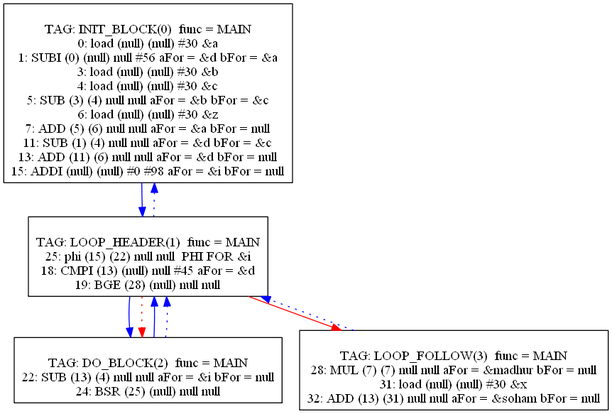
This is Compiler/graph.png from mbajaj92/Project-Astoria, a Graphviz export, as it was before one commit. Its source is kept beside it as Compiler/graph.dot.
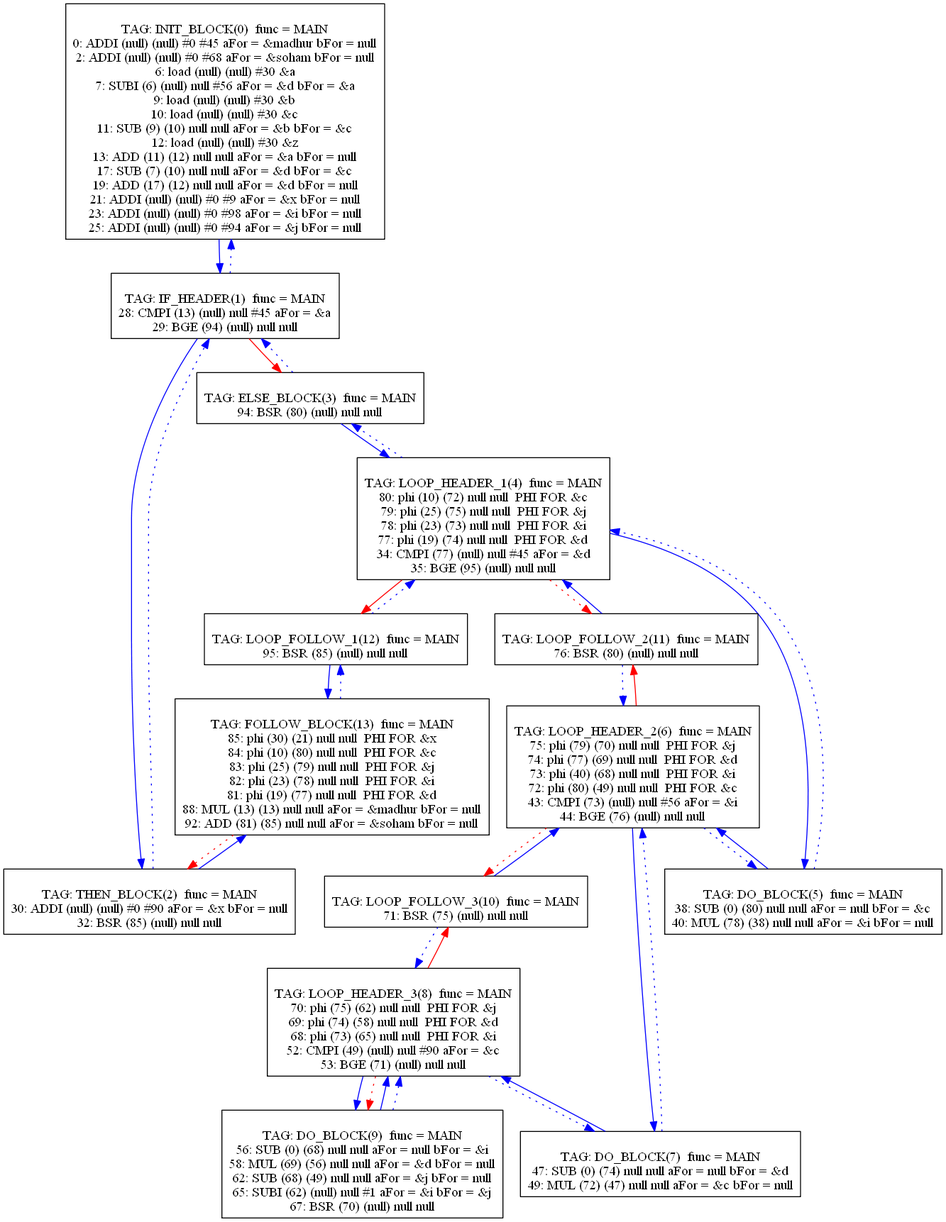
The same file after the commit.

What changed in the source:
```diff
@@ -1,44 +1,147 @@
 digraph {
 0[label="
 TAG: INIT_BLOCK(0)  func = MAIN
-0: load (null) (null) #30 &a
-1: SUBI (0) (null) null #56 aFor = &d bFor = &a
-3: load (null) (null) #30 &b
-4: load (null) (null) #30 &c
-5: SUB (3) (4) null null aFor = &b bFor = &c
-6: load (null) (null) #30 &z
-7: ADD (5) (6) null null aFor = &a bFor = null
-11: SUB (1) (4) null null aFor = &d bFor = &c
-13: ADD (11) (6) null null aFor = &d bFor = null
-15: ADDI (null) (null) #0 #98 aFor = &i bFor = null
+0: ADDI (null) (null) #0 #45 aFor = &madhur bFor = null
+2: ADDI (null) (null) #0 #68 aFor = &soham bFor = null
+6: load (null) (null) #30 &a
+7: SUBI (6) (null) null #56 aFor = &d bFor = &a
+9: load (null) (null) #30 &b
+10: load (null) (null) #30 &c
+11: SUB (9) (10) null null aFor = &b bFor = &c
+12: load (null) (null) #30 &z
+13: ADD (11) (12) null null aFor = &a bFor = null
+17: SUB (7) (10) null null aFor = &d bFor = &c
+19: ADD (17) (12) null null aFor = &d bFor = null
+21: ADDI (null) (null) #0 #9 aFor = &x bFor = null
+23: ADDI (null) (null) #0 #98 aFor = &i bFor = null
+25: ADDI (null) (null) #0 #94 aFor = &j bFor = null
 "];
 0[shape=box];
 0 -> 1[color=blue]
 1[label="
-TAG: LOOP_HEADER(1)  func = MAIN
-25: phi (15) (22) null null  PHI FOR &i
-18: CMPI (13) (null) null #45 aFor = &d
-19: BGE (28) (null) null null
+TAG: IF_HEADER(1)  func = MAIN
+28: CMPI (13) (null) null #45 aFor = &a
+29: BGE (94) (null) null null
 "];
 1[shape=box];
 1 -> 2[color=blue]
 1 -> 3[color=red]
 1 -> 0[color=blue][style=dotted]
-1 -> 2[color=red][style=dotted]
 2[label="
-TAG: DO_BLOCK(2)  func = MAIN
-22: SUB (13) (4) null null aFor = &i bFor = null
-24: BSR (25) (null) null null
+TAG: THEN_BLOCK(2)  func = MAIN
+30: ADDI (null) (null) #0 #90 aFor = &x bFor = null
+32: BSR (85) (null) null null
 "];
 2[shape=box];
-2 -> 1[color=blue]
+2 -> 13[color=blue]
 2 -> 1[color=blue][style=dotted]
 3[label="
-TAG: LOOP_FOLLOW(3)  func = MAIN
-28: MUL (7) (7) null null aFor = &madhur bFor = null
-31: load (null) (null) #30 &x
-32: ADD (13) (31) null null aFor = &soham bFor = null
+TAG: ELSE_BLOCK(3)  func = MAIN
+94: BSR (80) (null) null null
 "];
 3[shape=box];
+3 -> 4[color=blue]
 3 -> 1[color=blue][style=dotted]
+4[label="
+TAG: LOOP_HEADER_1(4)  func = MAIN
+80: phi (10) (72) null null  PHI FOR &c
+79: phi (25) (75) null null  PHI FOR &j
+78: phi (23) (73) null null  PHI FOR &i
+77: phi (19) (74) null null  PHI FOR &d
+34: CMPI (77) (null) null #45 aFor = &d
+35: BGE (95) (null) null null
+"];
+4[shape=box];
+4 -> 5[color=blue]
+4 -> 12[color=red]
+4 -> 3[color=blue][style=dotted]
+4 -> 11[color=red][style=dotted]
+5[label="
+TAG: DO_BLOCK(5)  func = MAIN
+38: SUB (0) (80) null null aFor = null bFor = &c
+40: MUL (78) (38) null null aFor = &i bFor = null
+"];
+5[shape=box];
+5 -> 6[color=blue]
+5 -> 4[color=blue][style=dotted]
+6[label="
+TAG: LOOP_HEADER_2(6)  func = MAIN
+75: phi (79) (70) null null  PHI FOR &j
+74: phi (77) (69) null null  PHI FOR &d
+73: phi (40) (68) null null  PHI FOR &i
+72: phi (80) (49) null null  PHI FOR &c
+43: CMPI (73) (null) null #56 aFor = &i
+44: BGE (76) (null) null null
+"];
+6[shape=box];
+6 -> 7[color=blue]
+6 -> 11[color=red]
+6 -> 5[color=blue][style=dotted]
+6 -> 10[color=red][style=dotted]
+7[label="
+TAG: DO_BLOCK(7)  func = MAIN
+47: SUB (0) (74) null null aFor = null bFor = &d
+49: MUL (72) (47) null null aFor = &c bFor = null
+"];
+7[shape=box];
+7 -> 8[color=blue]
+7 -> 6[color=blue][style=dotted]
+8[label="
+TAG: LOOP_HEADER_3(8)  func = MAIN
+70: phi (75) (62) null null  PHI FOR &j
+69: phi (74) (58) null null  PHI FOR &d
+68: phi (73) (65) null null  PHI FOR &i
+52: CMPI (49) (null) null #90 aFor = &c
+53: BGE (71) (null) null null
+"];
+8[shape=box];
+8 -> 9[color=blue]
+8 -> 10[color=red]
+8 -> 7[color=blue][style=dotted]
+8 -> 9[color=red][style=dotted]
+9[label="
+TAG: DO_BLOCK(9)  func = MAIN
+56: SUB (0) (68) null null aFor = null bFor = &i
+58: MUL (69) (56) null null aFor = &d bFor = null
+62: SUB (68) (49) null null aFor = &j bFor = null
+65: SUBI (62) (null) null #1 aFor = &i bFor = &j
+67: BSR (70) (null) null null
+"];
+9[shape=box];
+9 -> 8[color=blue]
+9 -> 8[color=blue][style=dotted]
+10[label="
+TAG: LOOP_FOLLOW_3(10)  func = MAIN
+71: BSR (75) (null) null null
+"];
+10[shape=box];
+10 -> 6[color=blue]
+10 -> 8[color=blue][style=dotted]
+11[label="
+TAG: LOOP_FOLLOW_2(11)  func = MAIN
+76: BSR (80) (null) null null
+"];
+11[shape=box];
+11 -> 4[color=blue]
+11 -> 6[color=blue][style=dotted]
+12[label="
+TAG: LOOP_FOLLOW_1(12)  func = MAIN
+95: BSR (85) (null) null null
+"];
+12[shape=box];
+12 -> 13[color=blue]
+12 -> 4[color=blue][style=dotted]
+13[label="
+TAG: FOLLOW_BLOCK(13)  func = MAIN
+85: phi (30) (21) null null  PHI FOR &x
+84: phi (10) (80) null null  PHI FOR &c
+83: phi (25) (79) null null  PHI FOR &j
+82: phi (23) (78) null null  PHI FOR &i
+81: phi (19) (77) null null  PHI FOR &d
+88: MUL (13) (13) null null aFor = &madhur bFor = null
+92: ADD (81) (85) null null aFor = &soham bFor = null
+"];
+13[shape=box];
+13 -> 12[color=blue][style=dotted]
+13 -> 2[color=red][style=dotted]
 }
```
